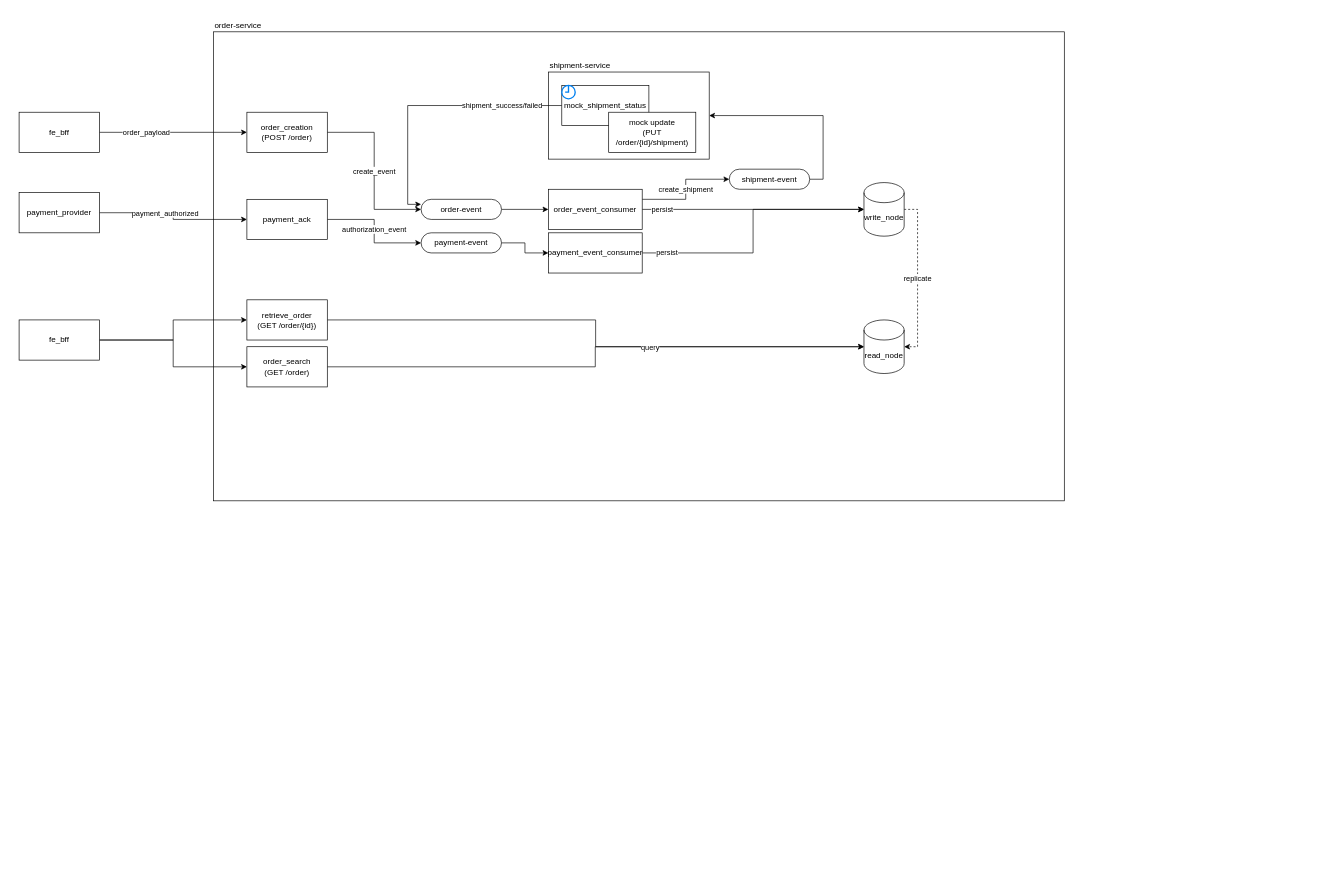
Before: Requirements/high_level_diagram.drawio in thomas0306/mms-code-challenge, a draw.io diagram. Source tidied: cells renumbered, new cells numbered last; positions are measured from the earlier drawing's top-left corner, leaving out a move shared by most shapes. Both pictures are drawn from the tidied source at 67%, with x=0, y=0 at pixel (19, 11).
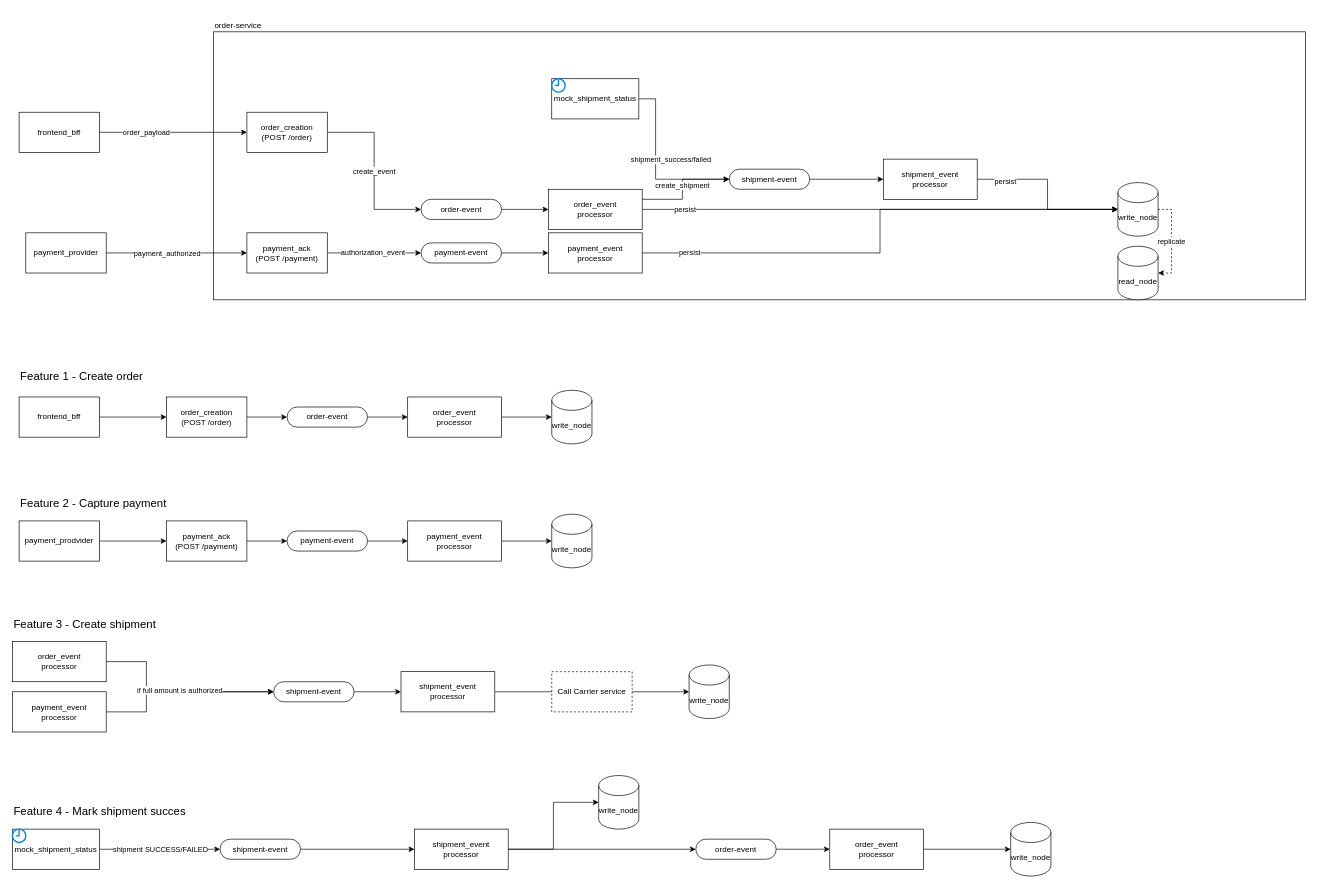
After the change.

The change refers to these unchanged cells:
```xml
<mxCell id="10" value="order-event" style="rounded=1;whiteSpace=wrap;html=1;arcSize=50;" parent="1" vertex="1">
  <mxGeometry x="600" y="280" width="120" height="30" as="geometry" />
</mxCell>
<mxCell id="33" value="shipment-event" style="rounded=1;whiteSpace=wrap;html=1;arcSize=50;" parent="1" vertex="1">
  <mxGeometry x="1060" y="235" width="120" height="30" as="geometry" />
</mxCell>
```

Diff of the diagram source:
```diff
@@
     <mxCell id="2" style="rounded=0;whiteSpace=wrap;html=1;" parent="1" vertex="1">
-      <mxGeometry x="290" y="30" width="1270" height="700" as="geometry" />
+      <mxGeometry x="290" y="30" width="1630" height="400" as="geometry" />
     </mxCell>
-    <mxCell id="3" style="rounded=0;whiteSpace=wrap;html=1;" parent="1" vertex="1">
-      <mxGeometry x="790" y="90" width="240" height="130" as="geometry" />
-    </mxCell>
@@
-    <mxCell id="6" value="fe_bff" style="rounded=0;whiteSpace=wrap;html=1;" parent="1" vertex="1">
+    <mxCell id="6" value="frontend_bff" style="rounded=0;whiteSpace=wrap;html=1;" parent="1" vertex="1">
       <mxGeometry y="150" width="120" height="60" as="geometry" />
     </mxCell>
@@
-    <mxCell id="12" value="payment_ack" style="rounded=0;whiteSpace=wrap;html=1;" parent="1" vertex="1">
-      <mxGeometry x="340" y="280" width="120" height="60" as="geometry" />
+    <mxCell id="12" value="payment_ack&lt;br&gt;(POST /payment)" style="rounded=0;whiteSpace=wrap;html=1;" parent="1" vertex="1">
+      <mxGeometry x="340" y="330" width="120" height="60" as="geometry" />
     </mxCell>
@@
     <mxCell id="15" value="payment_provider" style="rounded=0;whiteSpace=wrap;html=1;" parent="1" vertex="1">
-      <mxGeometry y="270" width="120" height="60" as="geometry" />
+      <mxGeometry x="10" y="330" width="120" height="60" as="geometry" />
     </mxCell>
-    <mxCell id="16" style="edgeStyle=orthogonalEdgeStyle;rounded=0;jettySize=auto;html=1;exitX=0;exitY=0.5;exitDx=0;exitDy=0;entryX=0;entryY=0.25;entryDx=0;entryDy=0;" parent="1" edge="1" source="18" target="10">
-      <mxGeometry relative="1" as="geometry" />
+    <mxCell id="16" style="edgeStyle=orthogonalEdgeStyle;rounded=0;jettySize=auto;html=1;exitX=1;exitY=0.5;exitDx=0;exitDy=0;entryX=0;entryY=0.5;entryDx=0;entryDy=0;" parent="1" edge="1" source="18" target="33">
+      <mxGeometry relative="1" as="geometry">
+        <Array as="points">
+          <mxPoint x="950" y="130" />
+          <mxPoint x="950" y="250" />
+        </Array>
+      </mxGeometry>
     </mxCell>
     <mxCell id="17" value="shipment_success/failed" style="edgeLabel;html=1;align=center;verticalAlign=middle;" parent="16" vertex="1">
       <mxGeometry x="0.43" y="3" relative="1" as="geometry">
-        <mxPoint x="137" y="-55" as="offset" />
+        <mxPoint x="-15" y="-27" as="offset" />
       </mxGeometry>
     </mxCell>
     <mxCell id="18" value="mock_shipment_status" style="rounded=0;whiteSpace=wrap;html=1;" parent="1" vertex="1">
-      <mxGeometry x="810" y="110" width="130" height="60" as="geometry" />
+      <mxGeometry x="795" y="100" width="130" height="60" as="geometry" />
     </mxCell>
     <mxCell id="19" style="html=1;verticalLabelPosition=bottom;align=center;labelBackgroundColor=#ffffff;verticalAlign=top;strokeWidth=2;strokeColor=#0080F0;shadow=0;dashed=0;shape=mxgraph.ios7.icons.clock;" parent="1" vertex="1">
-      <mxGeometry x="810" y="110" width="20" height="20" as="geometry" />
+      <mxGeometry x="795" y="100" width="20" height="20" as="geometry" />
     </mxCell>
@@
     <mxCell id="21" value="write_node" style="shape=cylinder3;whiteSpace=wrap;html=1;boundedLbl=1;backgroundOutline=1;size=15;" parent="1" vertex="1">
-      <mxGeometry x="1261" y="255" width="60" height="80" as="geometry" />
+      <mxGeometry x="1640" y="255" width="60" height="80" as="geometry" />
     </mxCell>
     <mxCell id="22" value="read_node" style="shape=cylinder3;whiteSpace=wrap;html=1;boundedLbl=1;backgroundOutline=1;size=15;" parent="1" vertex="1">
-      <mxGeometry x="1261" y="460" width="60" height="80" as="geometry" />
+      <mxGeometry x="1640" y="350" width="60" height="80" as="geometry" />
     </mxCell>
-    <mxCell id="23" style="edgeStyle=orthogonalEdgeStyle;rounded=0;jettySize=auto;html=1;exitX=1;exitY=0.5;exitDx=0;exitDy=0;" parent="1" edge="1" source="24" target="22">
-      <mxGeometry relative="1" as="geometry" />
-    </mxCell>
-    <mxCell id="24" value="retrieve_order&lt;br&gt;(GET /order/{id})" style="rounded=0;whiteSpace=wrap;html=1;" parent="1" vertex="1">
-      <mxGeometry x="340" y="430" width="120" height="60" as="geometry" />
-    </mxCell>
-    <mxCell id="25" style="edgeStyle=orthogonalEdgeStyle;rounded=0;jettySize=auto;html=1;exitX=1;exitY=0.5;exitDx=0;exitDy=0;entryX=0;entryY=0.5;entryDx=0;entryDy=0;entryPerimeter=0;" parent="1" edge="1" source="27" target="22">
-      <mxGeometry relative="1" as="geometry">
-        <Array as="points">
-          <mxPoint x="860" y="530" />
-          <mxPoint x="860" y="500" />
-        </Array>
-      </mxGeometry>
-    </mxCell>
-    <mxCell id="26" value="query" style="edgeLabel;html=1;align=center;verticalAlign=middle;" parent="25" vertex="1">
-      <mxGeometry x="0.23" relative="1" as="geometry" />
-    </mxCell>
-    <mxCell id="27" value="order_search&lt;br&gt;(GET /order)" style="rounded=0;whiteSpace=wrap;html=1;" parent="1" vertex="1">
-      <mxGeometry x="340" y="500" width="120" height="60" as="geometry" />
-    </mxCell>
-    <mxCell id="28" style="edgeStyle=orthogonalEdgeStyle;rounded=0;jettySize=auto;html=1;exitX=1;exitY=0.5;exitDx=0;exitDy=0;entryX=0;entryY=0.5;entryDx=0;entryDy=0;" parent="1" edge="1" source="30" target="27">
-      <mxGeometry relative="1" as="geometry" />
-    </mxCell>
-    <mxCell id="29" style="edgeStyle=orthogonalEdgeStyle;rounded=0;jettySize=auto;html=1;exitX=1;exitY=0.5;exitDx=0;exitDy=0;" parent="1" edge="1" source="30" target="24">
-      <mxGeometry relative="1" as="geometry" />
-    </mxCell>
-    <mxCell id="30" value="fe_bff" style="rounded=0;whiteSpace=wrap;html=1;" parent="1" vertex="1">
-      <mxGeometry y="460" width="120" height="60" as="geometry" />
-    </mxCell>
-    <mxCell id="31" value="mock update&lt;br&gt;(PUT /order/{id}/shipment)" style="rounded=0;whiteSpace=wrap;html=1;" parent="1" vertex="1">
-      <mxGeometry x="880" y="150" width="130" height="60" as="geometry" />
-    </mxCell>
-    <mxCell id="32" style="edgeStyle=orthogonalEdgeStyle;rounded=0;jettySize=auto;html=1;exitX=1;exitY=0.5;exitDx=0;exitDy=0;entryX=1;entryY=0.5;entryDx=0;entryDy=0;" parent="1" edge="1" source="33" target="3">
+    <mxCell id="32" style="edgeStyle=orthogonalEdgeStyle;rounded=0;jettySize=auto;html=1;exitX=1;exitY=0.5;exitDx=0;exitDy=0;entryX=0;entryY=0.5;entryDx=0;entryDy=0;entryPerimeter=0;" parent="1" edge="1" source="33" target="45">
       <mxGeometry relative="1" as="geometry" />
     </mxCell>
@@
     <mxCell id="35" value="create_shipment" style="edgeStyle=orthogonalEdgeStyle;rounded=0;jettySize=auto;html=1;exitX=1;exitY=0.25;exitDx=0;exitDy=0;entryX=0;entryY=0.5;entryDx=0;entryDy=0;" parent="1" edge="1" source="36" target="33">
-      <mxGeometry relative="1" as="geometry" />
+      <mxGeometry relative="1" as="geometry">
+        <Array as="points">
+          <mxPoint x="990" y="280" />
+          <mxPoint x="990" y="250" />
+        </Array>
+      </mxGeometry>
     </mxCell>
-    <mxCell id="36" value="order_event_consumer" style="rounded=0;whiteSpace=wrap;html=1;" parent="1" vertex="1">
+    <mxCell id="36" value="order_event&lt;br&gt;processor" style="rounded=0;whiteSpace=wrap;html=1;" parent="1" vertex="1">
       <mxGeometry x="790" y="265" width="140" height="60" as="geometry" />
     </mxCell>
-    <mxCell id="37" value="shipment-service" style="text;html=1;strokeColor=none;fillColor=none;align=left;verticalAlign=bottom;whiteSpace=wrap;rounded=0;" parent="1" vertex="1">
-      <mxGeometry x="790" y="60" width="110" height="30" as="geometry" />
-    </mxCell>
@@
     <mxCell id="39" value="payment-event" style="rounded=1;whiteSpace=wrap;html=1;arcSize=50;" parent="1" vertex="1">
-      <mxGeometry x="600" y="330" width="120" height="30" as="geometry" />
+      <mxGeometry x="600" y="345" width="120" height="30" as="geometry" />
     </mxCell>
@@
-    <mxCell id="42" value="payment_event_consumer" style="rounded=0;whiteSpace=wrap;html=1;" parent="1" vertex="1">
+    <mxCell id="42" value="payment_event&lt;br&gt;processor" style="rounded=0;whiteSpace=wrap;html=1;" parent="1" vertex="1">
       <mxGeometry x="790" y="330" width="140" height="60" as="geometry" />
     </mxCell>
+    <mxCell id="43" style="edgeStyle=orthogonalEdgeStyle;rounded=0;jettySize=auto;html=1;exitX=1;exitY=0.5;exitDx=0;exitDy=0;entryX=0;entryY=0.5;entryDx=0;entryDy=0;entryPerimeter=0;" parent="1" edge="1" source="45" target="21">
+      <mxGeometry relative="1" as="geometry" />
+    </mxCell>
+    <mxCell id="44" value="persist" style="edgeLabel;html=1;align=center;verticalAlign=middle;" parent="43" vertex="1">
+      <mxGeometry x="-0.68" y="-3" relative="1" as="geometry" />
+    </mxCell>
+    <mxCell id="45" value="shipment_event&lt;br&gt;processor" style="rounded=0;whiteSpace=wrap;html=1;" parent="1" vertex="1">
+      <mxGeometry x="1290" y="220" width="140" height="60" as="geometry" />
+    </mxCell>
+    <mxCell id="46" style="edgeStyle=orthogonalEdgeStyle;rounded=0;jettySize=auto;html=1;exitX=1;exitY=0.5;exitDx=0;exitDy=0;entryX=0;entryY=0.5;entryDx=0;entryDy=0;" parent="1" edge="1" source="47" target="49">
+      <mxGeometry relative="1" as="geometry" />
+    </mxCell>
+    <mxCell id="47" value="frontend_bff" style="rounded=0;whiteSpace=wrap;html=1;" parent="1" vertex="1">
+      <mxGeometry y="575" width="120" height="60" as="geometry" />
+    </mxCell>
+    <mxCell id="48" style="edgeStyle=orthogonalEdgeStyle;rounded=0;jettySize=auto;html=1;exitX=1;exitY=0.5;exitDx=0;exitDy=0;" parent="1" edge="1" source="49" target="51">
+      <mxGeometry relative="1" as="geometry" />
+    </mxCell>
+    <mxCell id="49" value="order_creation&lt;br&gt;(POST /order)" style="rounded=0;whiteSpace=wrap;html=1;" parent="1" vertex="1">
+      <mxGeometry x="220" y="575" width="120" height="60" as="geometry" />
+    </mxCell>
+    <mxCell id="50" style="edgeStyle=orthogonalEdgeStyle;rounded=0;jettySize=auto;html=1;exitX=1;exitY=0.5;exitDx=0;exitDy=0;entryX=0;entryY=0.5;entryDx=0;entryDy=0;" parent="1" edge="1" source="51" target="53">
+      <mxGeometry relative="1" as="geometry" />
+    </mxCell>
+    <mxCell id="51" value="order-event" style="rounded=1;whiteSpace=wrap;html=1;arcSize=50;" parent="1" vertex="1">
+      <mxGeometry x="400" y="590" width="120" height="30" as="geometry" />
+    </mxCell>
+    <mxCell id="52" style="edgeStyle=orthogonalEdgeStyle;rounded=0;jettySize=auto;html=1;exitX=1;exitY=0.5;exitDx=0;exitDy=0;entryX=0;entryY=0.5;entryDx=0;entryDy=0;entryPerimeter=0;" parent="1" edge="1" source="53" target="54">
+      <mxGeometry relative="1" as="geometry" />
+    </mxCell>
+    <mxCell id="53" value="order_event&lt;br&gt;processor" style="rounded=0;whiteSpace=wrap;html=1;" parent="1" vertex="1">
+      <mxGeometry x="580" y="575" width="140" height="60" as="geometry" />
+    </mxCell>
+    <mxCell id="54" value="write_node" style="shape=cylinder3;whiteSpace=wrap;html=1;boundedLbl=1;backgroundOutline=1;size=15;" parent="1" vertex="1">
+      <mxGeometry x="795" y="565" width="60" height="80" as="geometry" />
+    </mxCell>
+    <mxCell id="55" style="edgeStyle=orthogonalEdgeStyle;rounded=0;jettySize=auto;html=1;exitX=1;exitY=0.5;exitDx=0;exitDy=0;entryX=0;entryY=0.5;entryDx=0;entryDy=0;" parent="1" edge="1" source="56" target="58">
+      <mxGeometry relative="1" as="geometry" />
+    </mxCell>
+    <mxCell id="56" value="payment_prodvider" style="rounded=0;whiteSpace=wrap;html=1;" parent="1" vertex="1">
+      <mxGeometry y="760" width="120" height="60" as="geometry" />
+    </mxCell>
+    <mxCell id="57" style="edgeStyle=orthogonalEdgeStyle;rounded=0;jettySize=auto;html=1;exitX=1;exitY=0.5;exitDx=0;exitDy=0;" parent="1" edge="1" source="58" target="60">
+      <mxGeometry relative="1" as="geometry" />
+    </mxCell>
+    <mxCell id="58" value="payment_ack&lt;br&gt;(POST /payment)" style="rounded=0;whiteSpace=wrap;html=1;" parent="1" vertex="1">
+      <mxGeometry x="220" y="760" width="120" height="60" as="geometry" />
+    </mxCell>
+    <mxCell id="59" style="edgeStyle=orthogonalEdgeStyle;rounded=0;jettySize=auto;html=1;exitX=1;exitY=0.5;exitDx=0;exitDy=0;entryX=0;entryY=0.5;entryDx=0;entryDy=0;" parent="1" edge="1" source="60" target="62">
+      <mxGeometry relative="1" as="geometry" />
+    </mxCell>
+    <mxCell id="60" value="payment-event" style="rounded=1;whiteSpace=wrap;html=1;arcSize=50;" parent="1" vertex="1">
+      <mxGeometry x="400" y="775" width="120" height="30" as="geometry" />
+    </mxCell>
+    <mxCell id="61" style="edgeStyle=orthogonalEdgeStyle;rounded=0;jettySize=auto;html=1;exitX=1;exitY=0.5;exitDx=0;exitDy=0;entryX=0;entryY=0.5;entryDx=0;entryDy=0;entryPerimeter=0;" parent="1" edge="1" source="62" target="63">
+      <mxGeometry relative="1" as="geometry" />
+    </mxCell>
+    <mxCell id="62" value="payment_event&lt;br&gt;processor" style="rounded=0;whiteSpace=wrap;html=1;" parent="1" vertex="1">
+      <mxGeometry x="580" y="760" width="140" height="60" as="geometry" />
+    </mxCell>
+    <mxCell id="63" value="write_node" style="shape=cylinder3;whiteSpace=wrap;html=1;boundedLbl=1;backgroundOutline=1;size=15;" parent="1" vertex="1">
+      <mxGeometry x="795" y="750" width="60" height="80" as="geometry" />
+    </mxCell>
+    <mxCell id="64" style="edgeStyle=orthogonalEdgeStyle;rounded=0;jettySize=auto;html=1;exitX=1;exitY=0.5;exitDx=0;exitDy=0;entryX=0;entryY=0.5;entryDx=0;entryDy=0;" parent="1" edge="1" source="65" target="70">
+      <mxGeometry relative="1" as="geometry">
+        <Array as="points">
+          <mxPoint x="190" y="970" />
+          <mxPoint x="190" y="1015" />
+        </Array>
+      </mxGeometry>
+    </mxCell>
+    <mxCell id="65" value="order_event&lt;br&gt;processor" style="rounded=0;whiteSpace=wrap;html=1;" parent="1" vertex="1">
+      <mxGeometry x="-10" y="940" width="140" height="60" as="geometry" />
+    </mxCell>
+    <mxCell id="66" style="edgeStyle=orthogonalEdgeStyle;rounded=0;jettySize=auto;html=1;exitX=1;exitY=0.5;exitDx=0;exitDy=0;" parent="1" edge="1" source="68" target="70">
+      <mxGeometry relative="1" as="geometry">
+        <Array as="points">
+          <mxPoint x="190" y="1045" />
+          <mxPoint x="190" y="1015" />
+        </Array>
+      </mxGeometry>
+    </mxCell>
+    <mxCell id="67" value="if full amount is authorized" style="edgeLabel;html=1;align=center;verticalAlign=middle;" parent="66" vertex="1">
+      <mxGeometry x="-0.01" y="3" relative="1" as="geometry" />
+    </mxCell>
+    <mxCell id="68" value="payment_event&lt;br&gt;processor" style="rounded=0;whiteSpace=wrap;html=1;" parent="1" vertex="1">
+      <mxGeometry x="-10" y="1015" width="140" height="60" as="geometry" />
+    </mxCell>
+    <mxCell id="69" style="edgeStyle=orthogonalEdgeStyle;rounded=0;jettySize=auto;html=1;exitX=1;exitY=0.5;exitDx=0;exitDy=0;entryX=0;entryY=0.5;entryDx=0;entryDy=0;" parent="1" edge="1" source="70" target="72">
+      <mxGeometry relative="1" as="geometry" />
+    </mxCell>
+    <mxCell id="70" value="shipment-event" style="rounded=1;whiteSpace=wrap;html=1;arcSize=50;" parent="1" vertex="1">
+      <mxGeometry x="380" y="1000" width="120" height="30" as="geometry" />
+    </mxCell>
+    <mxCell id="71" style="edgeStyle=orthogonalEdgeStyle;rounded=0;jettySize=auto;html=1;exitX=1;exitY=0.5;exitDx=0;exitDy=0;entryX=0;entryY=0.5;entryDx=0;entryDy=0;entryPerimeter=0;" parent="1" edge="1" source="72" target="73">
+      <mxGeometry relative="1" as="geometry" />
+    </mxCell>
+    <mxCell id="72" value="shipment_event&lt;br&gt;processor" style="rounded=0;whiteSpace=wrap;html=1;" parent="1" vertex="1">
+      <mxGeometry x="570" y="985" width="140" height="60" as="geometry" />
+    </mxCell>
+    <mxCell id="73" value="write_node" style="shape=cylinder3;whiteSpace=wrap;html=1;boundedLbl=1;backgroundOutline=1;size=15;" parent="1" vertex="1">
+      <mxGeometry x="1000" y="975" width="60" height="80" as="geometry" />
+    </mxCell>
+    <mxCell id="74" value="Call Carrier service" style="rounded=0;whiteSpace=wrap;html=1;dashed=1;" parent="1" vertex="1">
+      <mxGeometry x="795" y="985" width="120" height="60" as="geometry" />
+    </mxCell>
+    <mxCell id="75" style="edgeStyle=orthogonalEdgeStyle;rounded=0;jettySize=auto;html=1;exitX=1;exitY=0.5;exitDx=0;exitDy=0;entryX=0;entryY=0.5;entryDx=0;entryDy=0;" parent="1" edge="1" source="77" target="80">
+      <mxGeometry relative="1" as="geometry" />
+    </mxCell>
+    <mxCell id="76" value="shipment SUCCESS/FAILED" style="edgeLabel;html=1;align=center;verticalAlign=middle;" parent="75" vertex="1">
+      <mxGeometry x="-0.49" y="-1" relative="1" as="geometry">
+        <mxPoint x="44" y="-1" as="offset" />
+      </mxGeometry>
+    </mxCell>
+    <mxCell id="77" value="mock_shipment_status" style="rounded=0;whiteSpace=wrap;html=1;" parent="1" vertex="1">
+      <mxGeometry x="-10" y="1220" width="130" height="60" as="geometry" />
+    </mxCell>
+    <mxCell id="78" style="html=1;verticalLabelPosition=bottom;align=center;labelBackgroundColor=#ffffff;verticalAlign=top;strokeWidth=2;strokeColor=#0080F0;shadow=0;dashed=0;shape=mxgraph.ios7.icons.clock;" parent="1" vertex="1">
+      <mxGeometry x="-10" y="1220" width="20" height="20" as="geometry" />
+    </mxCell>
+    <mxCell id="79" style="edgeStyle=orthogonalEdgeStyle;rounded=0;jettySize=auto;html=1;exitX=1;exitY=0.5;exitDx=0;exitDy=0;entryX=0;entryY=0.5;entryDx=0;entryDy=0;" parent="1" edge="1" source="80" target="83">
+      <mxGeometry relative="1" as="geometry" />
+    </mxCell>
+    <mxCell id="80" value="shipment-event" style="rounded=1;whiteSpace=wrap;html=1;arcSize=50;" parent="1" vertex="1">
+      <mxGeometry x="300" y="1235" width="120" height="30" as="geometry" />
+    </mxCell>
+    <mxCell id="81" style="edgeStyle=orthogonalEdgeStyle;rounded=0;jettySize=auto;html=1;exitX=1;exitY=0.5;exitDx=0;exitDy=0;entryX=0;entryY=0.5;entryDx=0;entryDy=0;entryPerimeter=0;" parent="1" edge="1" source="83" target="84">
+      <mxGeometry relative="1" as="geometry" />
+    </mxCell>
+    <mxCell id="82" style="edgeStyle=orthogonalEdgeStyle;rounded=0;jettySize=auto;html=1;exitX=1;exitY=0.5;exitDx=0;exitDy=0;entryX=0;entryY=0.5;entryDx=0;entryDy=0;" parent="1" edge="1" source="83" target="86">
+      <mxGeometry relative="1" as="geometry" />
+    </mxCell>
+    <mxCell id="83" value="shipment_event&lt;br&gt;processor" style="rounded=0;whiteSpace=wrap;html=1;" parent="1" vertex="1">
+      <mxGeometry x="590" y="1220" width="140" height="60" as="geometry" />
+    </mxCell>
+    <mxCell id="84" value="write_node" style="shape=cylinder3;whiteSpace=wrap;html=1;boundedLbl=1;backgroundOutline=1;size=15;" parent="1" vertex="1">
+      <mxGeometry x="865" y="1140" width="60" height="80" as="geometry" />
+    </mxCell>
+    <mxCell id="85" style="edgeStyle=orthogonalEdgeStyle;rounded=0;jettySize=auto;html=1;exitX=1;exitY=0.5;exitDx=0;exitDy=0;" parent="1" edge="1" source="86" target="88">
+      <mxGeometry relative="1" as="geometry" />
+    </mxCell>
+    <mxCell id="86" value="order-event" style="rounded=1;whiteSpace=wrap;html=1;arcSize=50;" parent="1" vertex="1">
+      <mxGeometry x="1010" y="1235" width="120" height="30" as="geometry" />
+    </mxCell>
+    <mxCell id="87" style="edgeStyle=orthogonalEdgeStyle;rounded=0;jettySize=auto;html=1;exitX=1;exitY=0.5;exitDx=0;exitDy=0;" parent="1" edge="1" source="88" target="89">
+      <mxGeometry relative="1" as="geometry" />
+    </mxCell>
+    <mxCell id="88" value="order_event&lt;br&gt;processor" style="rounded=0;whiteSpace=wrap;html=1;" parent="1" vertex="1">
+      <mxGeometry x="1210" y="1220" width="140" height="60" as="geometry" />
+    </mxCell>
+    <mxCell id="89" value="write_node" style="shape=cylinder3;whiteSpace=wrap;html=1;boundedLbl=1;backgroundOutline=1;size=15;" parent="1" vertex="1">
+      <mxGeometry x="1480" y="1210" width="60" height="80" as="geometry" />
+    </mxCell>
+    <mxCell id="90" value="Feature 1 - Create order" style="text;html=1;strokeColor=none;fillColor=none;align=left;verticalAlign=middle;whiteSpace=wrap;rounded=0;dashed=1;fontSize=17;" parent="1" vertex="1">
+      <mxGeometry y="530" width="250" height="30" as="geometry" />
+    </mxCell>
+    <mxCell id="91" value="Feature 2 - Capture payment" style="text;html=1;strokeColor=none;fillColor=none;align=left;verticalAlign=middle;whiteSpace=wrap;rounded=0;dashed=1;fontSize=17;" parent="1" vertex="1">
+      <mxGeometry y="720" width="250" height="30" as="geometry" />
+    </mxCell>
+    <mxCell id="92" value="Feature 3 - Create shipment" style="text;html=1;strokeColor=none;fillColor=none;align=left;verticalAlign=middle;whiteSpace=wrap;rounded=0;dashed=1;fontSize=17;" parent="1" vertex="1">
+      <mxGeometry x="-10" y="900" width="250" height="30" as="geometry" />
+    </mxCell>
+    <mxCell id="93" value="Feature 4 - Mark shipment succes" style="text;html=1;strokeColor=none;fillColor=none;align=left;verticalAlign=middle;whiteSpace=wrap;rounded=0;dashed=1;fontSize=17;" parent="1" vertex="1">
+      <mxGeometry x="-10" y="1180" width="280" height="30" as="geometry" />
+    </mxCell>
```
